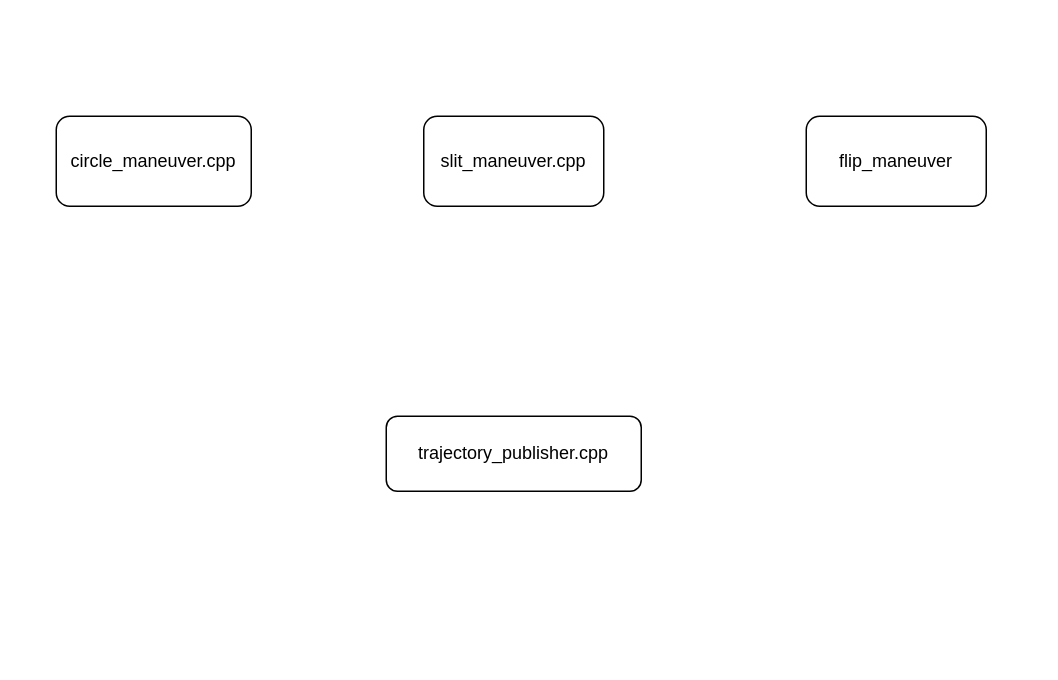
Before: Untitled Diagram.drawio in abhip64/agile_quadrotor, a draw.io diagram. Source tidied: cells renumbered, new cells numbered last; positions are measured from the earlier drawing's top-left corner, leaving out a move shared by most shapes. Both pictures are drawn from the tidied source at 150%, with x=0, y=0 at pixel (56, 116).
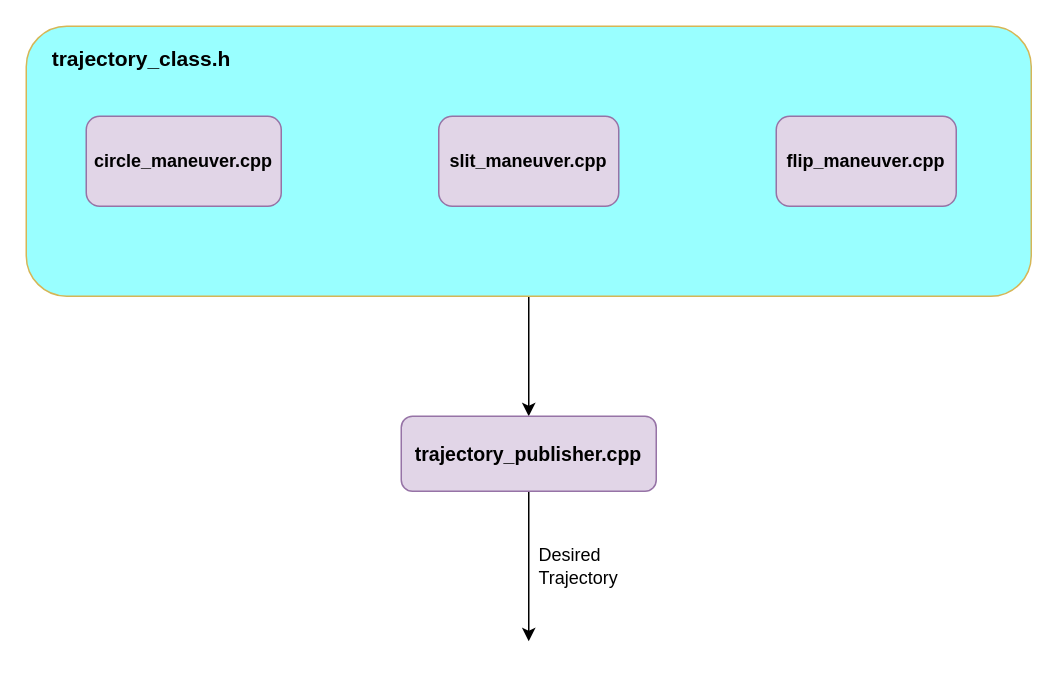
Above is the later version.

Diff of the diagram source:
```diff
@@
 <mxGraphModel>
   <root>
     <mxCell id="0" />
     <mxCell id="1" parent="0" />
+    <mxCell id="6" style="edgeStyle=orthogonalEdgeStyle;rounded=0;jettySize=auto;html=1;" parent="1" edge="1" source="7" target="2">
+      <mxGeometry relative="1" as="geometry" />
+    </mxCell>
+    <mxCell id="7" style="rounded=1;whiteSpace=wrap;html=1;strokeColor=#d6b656;fillColor=#99FFFF;" parent="1" vertex="1">
+      <mxGeometry x="-20" y="-60" width="670" height="180" as="geometry" />
+    </mxCell>
+    <mxCell id="8" style="edgeStyle=orthogonalEdgeStyle;rounded=0;jettySize=auto;html=1;exitX=0.5;exitY=1;exitDx=0;exitDy=0;" parent="1" edge="1" source="2">
+      <mxGeometry relative="1" as="geometry">
+        <mxPoint x="315" y="350" as="targetPoint" />
+      </mxGeometry>
+    </mxCell>
-    <mxCell id="2" value="trajectory_publisher.cpp" style="rounded=1;whiteSpace=wrap;html=1;" parent="1" vertex="1">
-      <mxGeometry x="220" y="200" width="170" height="50" as="geometry" />
+    <mxCell id="2" value="&lt;font style=&quot;font-size: 13px&quot;&gt;&lt;b&gt;trajectory_publisher.cpp&lt;/b&gt;&lt;/font&gt;" style="rounded=1;whiteSpace=wrap;html=1;fillColor=#e1d5e7;strokeColor=#9673a6;" parent="1" vertex="1">
+      <mxGeometry x="230" y="200" width="170" height="50" as="geometry" />
     </mxCell>
-    <mxCell id="3" value="circle_maneuver.cpp" style="rounded=1;whiteSpace=wrap;html=1;" parent="1" vertex="1">
-      <mxGeometry width="130" height="60" as="geometry" />
+    <mxCell id="3" value="&lt;b&gt;circle_maneuver.cpp&lt;/b&gt;" style="rounded=1;whiteSpace=wrap;html=1;fillColor=#e1d5e7;strokeColor=#9673a6;" parent="1" vertex="1">
+      <mxGeometry x="20" width="130" height="60" as="geometry" />
     </mxCell>
-    <mxCell id="4" value="slit_maneuver.cpp" style="rounded=1;whiteSpace=wrap;html=1;" parent="1" vertex="1">
-      <mxGeometry x="245" width="120" height="60" as="geometry" />
+    <mxCell id="4" value="&lt;b&gt;slit_maneuver.cpp&lt;/b&gt;" style="rounded=1;whiteSpace=wrap;html=1;fillColor=#e1d5e7;strokeColor=#9673a6;" parent="1" vertex="1">
+      <mxGeometry x="255" width="120" height="60" as="geometry" />
     </mxCell>
-    <mxCell id="5" value="flip_maneuver" style="rounded=1;whiteSpace=wrap;html=1;" parent="1" vertex="1">
-      <mxGeometry x="500" width="120" height="60" as="geometry" />
+    <mxCell id="5" value="&lt;b&gt;flip_maneuver.cpp&lt;/b&gt;" style="rounded=1;whiteSpace=wrap;html=1;fillColor=#e1d5e7;strokeColor=#9673a6;" parent="1" vertex="1">
+      <mxGeometry x="480" width="120" height="60" as="geometry" />
     </mxCell>
+    <mxCell id="9" value="&lt;b&gt;&lt;font style=&quot;font-size: 14px&quot;&gt;trajectory_class.h&lt;/font&gt;&lt;/b&gt;" style="text;html=1;strokeColor=none;fillColor=none;align=center;verticalAlign=middle;whiteSpace=wrap;rounded=0;" parent="1" vertex="1">
+      <mxGeometry x="-3" y="-58" width="120" height="40" as="geometry" />
+    </mxCell>
+    <mxCell id="10" value="&lt;div align=&quot;left&quot;&gt;Desired &lt;br&gt;&lt;/div&gt;&lt;div align=&quot;left&quot;&gt;Trajectory&lt;/div&gt;" style="text;html=1;align=left;verticalAlign=middle;" parent="1" vertex="1">
+      <mxGeometry x="320" y="285" width="70" height="30" as="geometry" />
+    </mxCell>
   </root>
 </mxGraphModel>
```
